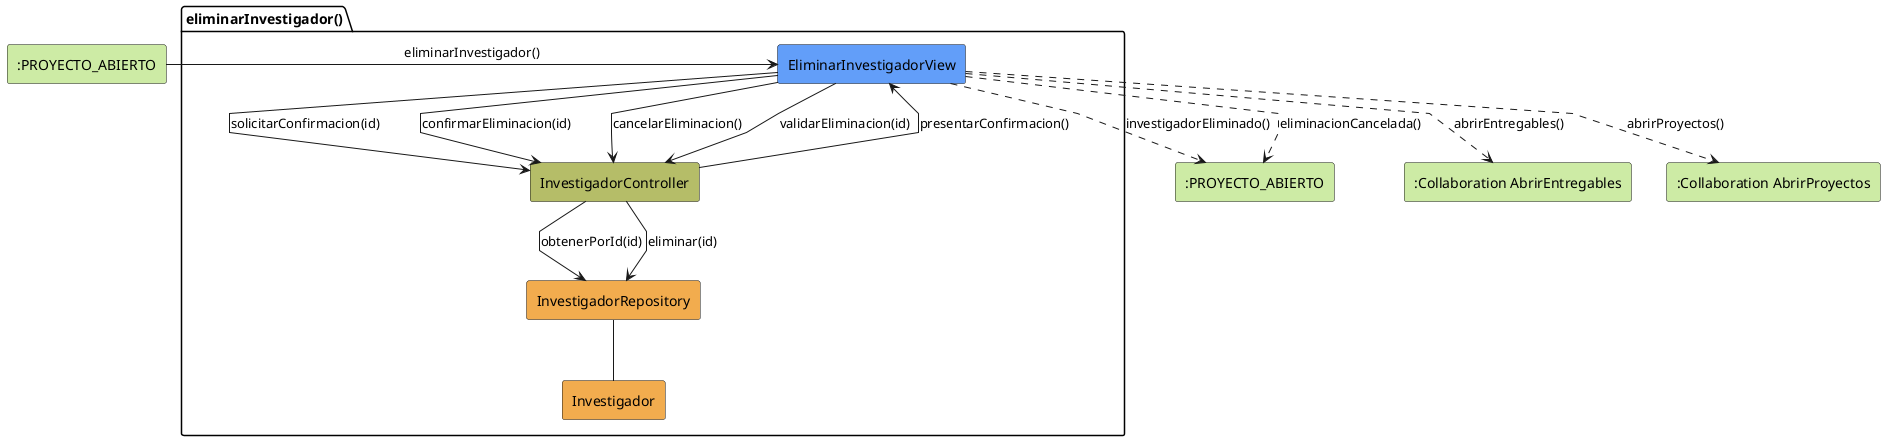
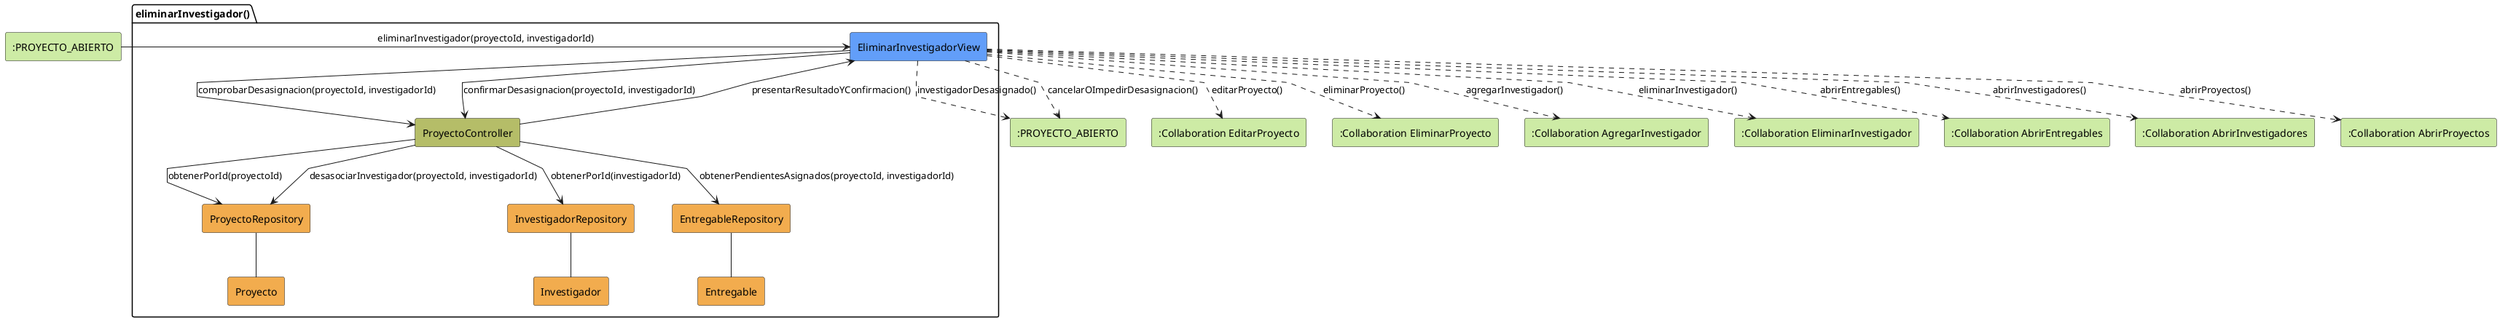
@startuml eliminarInvestigador-analisis
skinparam linetype polyline

rectangle #CDEBA5 ":PROYECTO_ABIERTO" as EstadoEntrada
package eliminarInvestigador as "eliminarInvestigador()" {
    rectangle #629EF9 EliminarInvestigadorView
-     rectangle #b5bd68 InvestigadorController
+     rectangle #b5bd68 ProyectoController
+     rectangle #F2AC4E ProyectoRepository
    rectangle #F2AC4E InvestigadorRepository
+     rectangle #F2AC4E EntregableRepository
+     rectangle #F2AC4E Proyecto
    rectangle #F2AC4E Investigador
+     rectangle #F2AC4E Entregable
}

rectangle #CDEBA5 ":PROYECTO_ABIERTO" as EstadoSalida
+ rectangle #CDEBA5 ":Collaboration EditarProyecto" as EditarProyecto
+ rectangle #CDEBA5 ":Collaboration EliminarProyecto" as EliminarProyecto
+ rectangle #CDEBA5 ":Collaboration AgregarInvestigador" as AgregarInvestigador
+ rectangle #CDEBA5 ":Collaboration EliminarInvestigador" as EliminarInvestigador
rectangle #CDEBA5 ":Collaboration AbrirEntregables" as AbrirEntregables
+ rectangle #CDEBA5 ":Collaboration AbrirInvestigadores" as AbrirInvestigadores
rectangle #CDEBA5 ":Collaboration AbrirProyectos" as AbrirProyectos

- EstadoEntrada -r-> EliminarInvestigadorView: eliminarInvestigador()
+ EstadoEntrada -r-> EliminarInvestigadorView: eliminarInvestigador(proyectoId, investigadorId)

- EliminarInvestigadorView -d-> InvestigadorController: solicitarConfirmacion(id)
- InvestigadorController --> EliminarInvestigadorView: presentarConfirmacion()
- EliminarInvestigadorView --> InvestigadorController: confirmarEliminacion(id)
- EliminarInvestigadorView --> InvestigadorController: cancelarEliminacion()
- EliminarInvestigadorView --> InvestigadorController: validarEliminacion(id)
- InvestigadorController --> InvestigadorRepository: obtenerPorId(id)
- InvestigadorController --> InvestigadorRepository: eliminar(id)
+ EliminarInvestigadorView -d-> ProyectoController: comprobarDesasignacion(proyectoId, investigadorId)
+ ProyectoController --> ProyectoRepository: obtenerPorId(proyectoId)
+ ProyectoController --> InvestigadorRepository: obtenerPorId(investigadorId)
+ ProyectoController --> EntregableRepository: obtenerPendientesAsignados(proyectoId, investigadorId)
+ ProyectoController --> EliminarInvestigadorView: presentarResultadoYConfirmacion()
+ EliminarInvestigadorView --> ProyectoController: confirmarDesasignacion(proyectoId, investigadorId)
+ ProyectoController --> ProyectoRepository: desasociarInvestigador(proyectoId, investigadorId)
+ ProyectoRepository -- Proyecto
InvestigadorRepository -- Investigador
- EliminarInvestigadorView ..> EstadoSalida: investigadorEliminado()
- EliminarInvestigadorView ..> EstadoSalida: eliminacionCancelada()
+ EntregableRepository -- Entregable
+ EliminarInvestigadorView ..> EstadoSalida: investigadorDesasignado()
+ EliminarInvestigadorView ..> EstadoSalida: cancelarOImpedirDesasignacion()
+ EliminarInvestigadorView ..> EditarProyecto: editarProyecto()
+ EliminarInvestigadorView ..> EliminarProyecto: eliminarProyecto()
+ EliminarInvestigadorView ..> AgregarInvestigador: agregarInvestigador()
+ EliminarInvestigadorView ..> EliminarInvestigador: eliminarInvestigador()
EliminarInvestigadorView ..> AbrirEntregables: abrirEntregables()
+ EliminarInvestigadorView ..> AbrirInvestigadores: abrirInvestigadores()
EliminarInvestigadorView ..> AbrirProyectos: abrirProyectos()

@enduml
